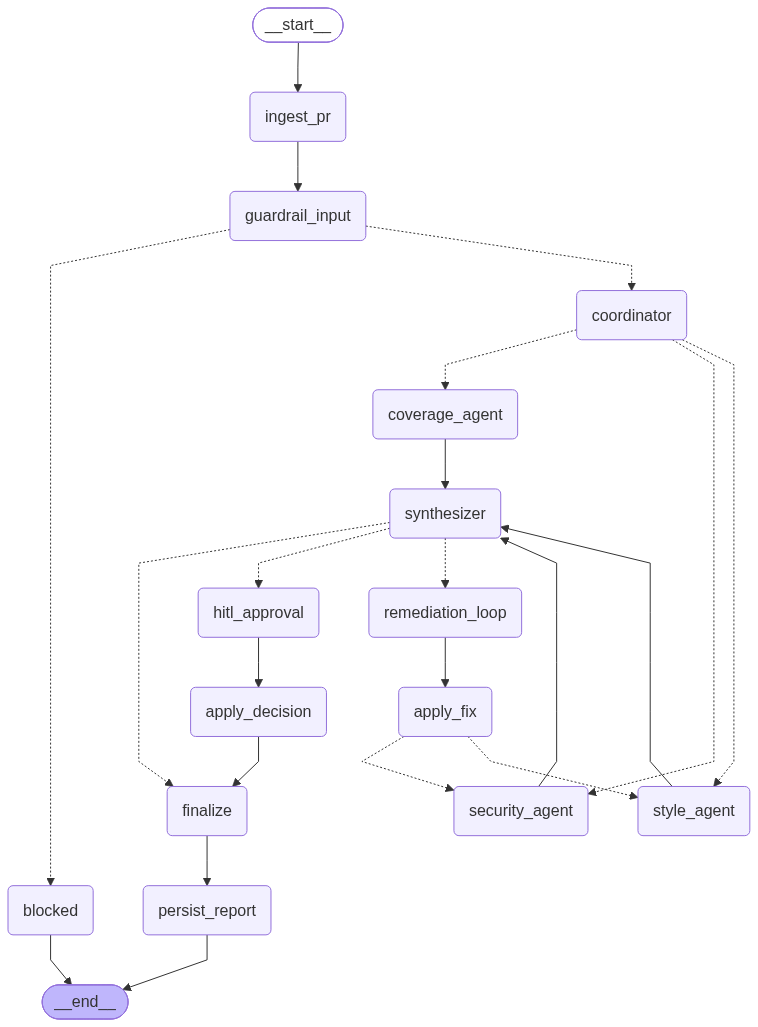
Earlier version of the Mermaid export docs/graph.png (Mohammed-07th/codeguard-ci). Its source is kept beside it as docs/graph.mmd. The source it was exported from:
```mermaid
---
config:
  flowchart:
    curve: linear
---
graph TD;
	__start__([<p>__start__</p>]):::first
	ingest_pr(ingest_pr)
	guardrail_input(guardrail_input)
	blocked(blocked)
	coordinator(coordinator)
	security_agent(security_agent)
	style_agent(style_agent)
	coverage_agent(coverage_agent)
	synthesizer(synthesizer)
	remediation_loop(remediation_loop)
	apply_fix(apply_fix)
	hitl_approval(hitl_approval)
	apply_decision(apply_decision)
	finalize(finalize)
	persist_report(persist_report)
	__end__([<p>__end__</p>]):::last
	__start__ --> ingest_pr;
	apply_decision --> finalize;
	apply_fix -.-> security_agent;
	apply_fix -.-> style_agent;
	coordinator -.-> coverage_agent;
	coordinator -.-> security_agent;
	coordinator -.-> style_agent;
	coverage_agent --> synthesizer;
	finalize --> persist_report;
	guardrail_input -.-> blocked;
	guardrail_input -.-> coordinator;
	hitl_approval --> apply_decision;
	ingest_pr --> guardrail_input;
	remediation_loop --> apply_fix;
	security_agent --> synthesizer;
	style_agent --> synthesizer;
	synthesizer -.-> finalize;
	synthesizer -.-> hitl_approval;
	synthesizer -.-> remediation_loop;
	blocked --> __end__;
	persist_report --> __end__;
	classDef default fill:#f2f0ff,line-height:1.2
	classDef first fill-opacity:0
	classDef last fill:#bfb6fc
```
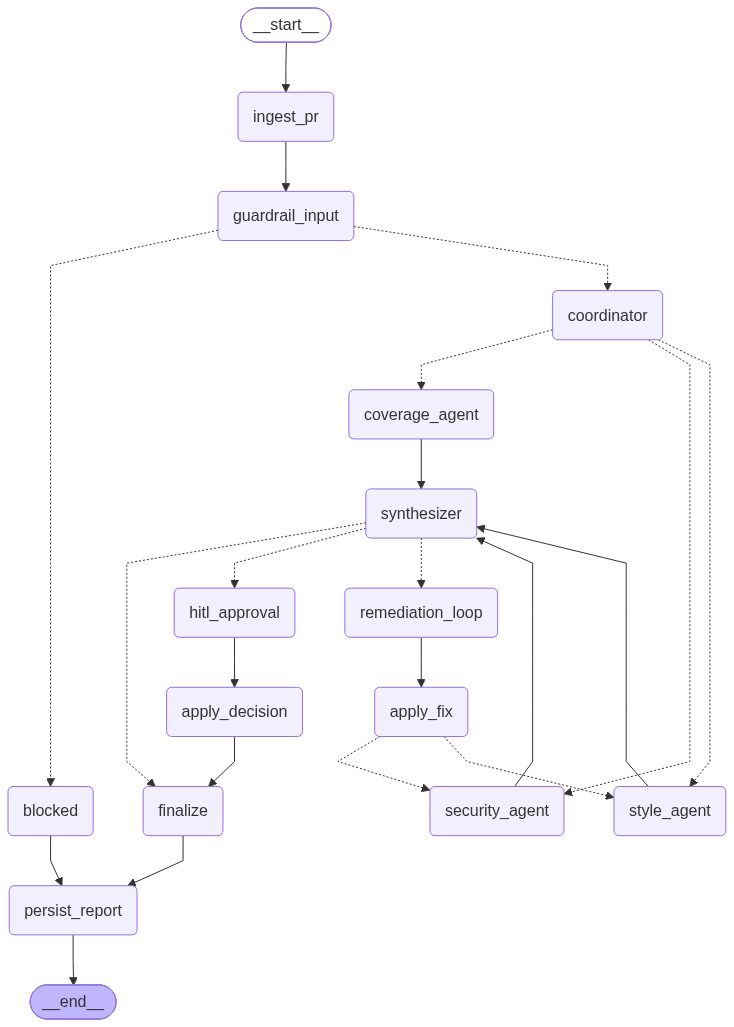
The same diagram one commit later.

Commit message:
feat: verify deployed stack and persist an audit report for blocked reviews

Diff of the diagram source:
```diff
@@ -24,6 +24,7 @@
 	apply_decision --> finalize;
 	apply_fix -.-> security_agent;
 	apply_fix -.-> style_agent;
+	blocked --> persist_report;
 	coordinator -.-> coverage_agent;
 	coordinator -.-> security_agent;
 	coordinator -.-> style_agent;
@@ -39,7 +40,6 @@
 	synthesizer -.-> finalize;
 	synthesizer -.-> hitl_approval;
 	synthesizer -.-> remediation_loop;
-	blocked --> __end__;
 	persist_report --> __end__;
 	classDef default fill:#f2f0ff,line-height:1.2
 	classDef first fill-opacity:0
```
